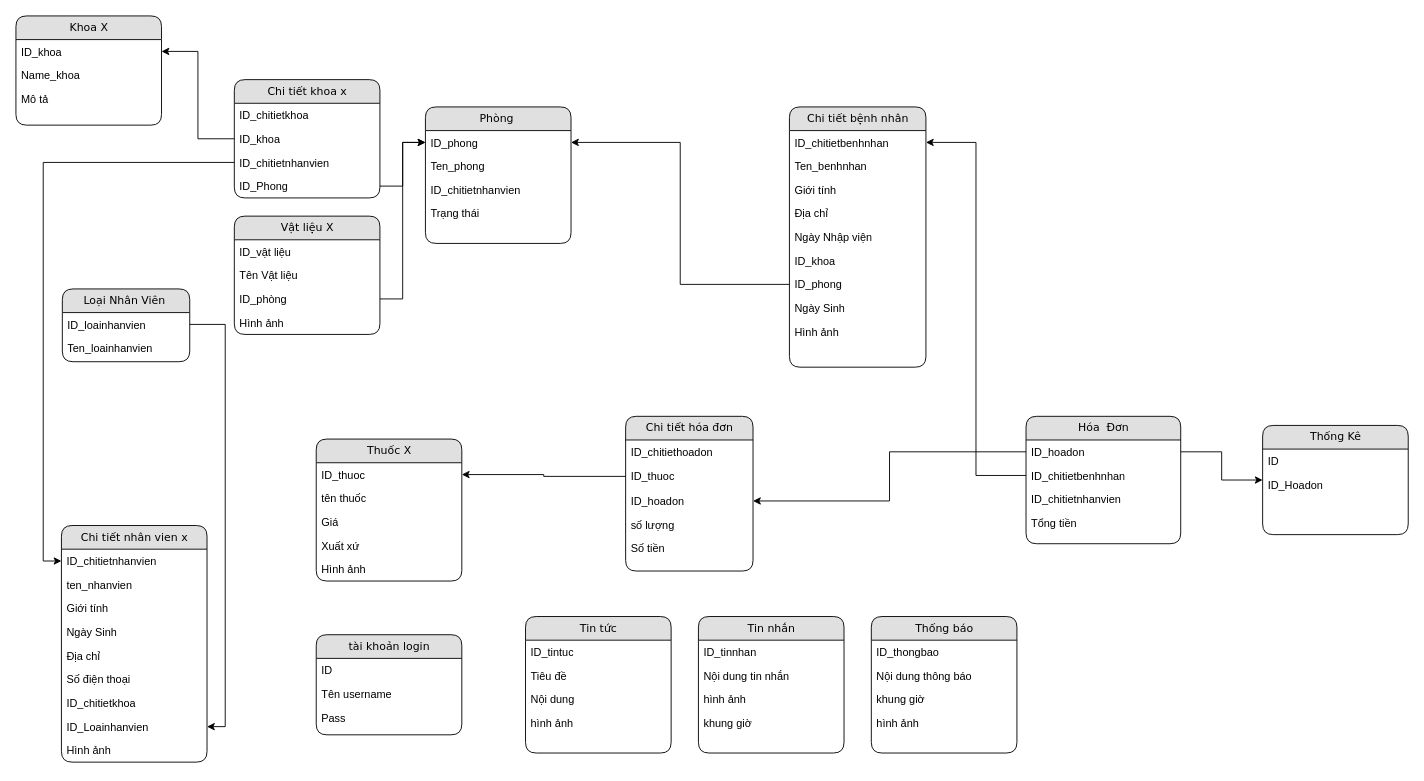
The draw.io diagram Untitled Diagram.drawio in lethanhdat12/hospitalManager, before the edit. Source tidied: cells renumbered, new cells numbered last; positions are measured from the earlier drawing's top-left corner, leaving out a move shared by most shapes. Both pictures are drawn from the tidied source at 91%, with x=0, y=0 at pixel (15, 15).
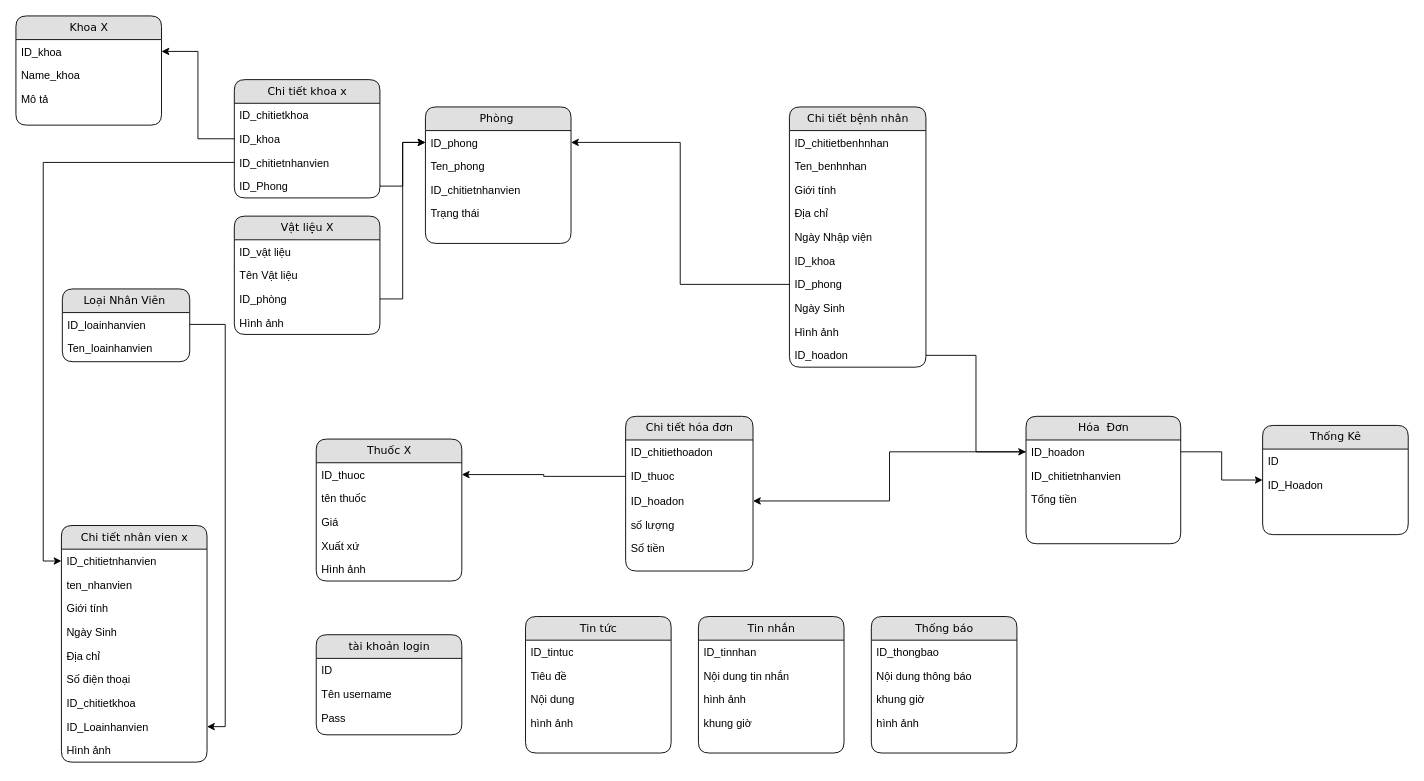
After the change.

The change refers to these unchanged cells:
```xml
<mxCell id="47" value="Hóa&amp;nbsp; Đơn" style="swimlane;html=1;fontStyle=0;horizontal=1;startSize=26;fillColor=#e0e0e0;swimlaneFillColor=#ffffff;align=center;rounded=1;shadow=0;comic=0;labelBackgroundColor=none;strokeWidth=1;fontFamily=Verdana;fontSize=12;" parent="1" vertex="1">
  <mxGeometry x="1110" y="440" width="170" height="140" as="geometry" />
</mxCell>
<mxCell id="48" value="ID_hoadon" style="text;html=1;strokeColor=none;fillColor=none;spacingLeft=4;spacingRight=4;whiteSpace=wrap;overflow=hidden;points=[[0,0.5],[1,0.5]];portConstraint=eastwest;" parent="47" vertex="1">
  <mxGeometry y="26" width="170" height="26" as="geometry" />
</mxCell>
<mxCell id="62" value="Chi tiết bệnh nhân" style="swimlane;html=1;fontStyle=0;horizontal=1;startSize=26;fillColor=#e0e0e0;swimlaneFillColor=#ffffff;align=center;rounded=1;shadow=0;comic=0;labelBackgroundColor=none;strokeWidth=1;fontFamily=Verdana;fontSize=12;" parent="1" vertex="1">
  <mxGeometry x="850" y="100" width="150" height="286" as="geometry" />
</mxCell>
<mxCell id="63" value="ID_chitietbenhnhan" style="text;html=1;strokeColor=none;fillColor=none;spacingLeft=4;spacingRight=4;whiteSpace=wrap;overflow=hidden;points=[[0,0.5],[1,0.5]];portConstraint=eastwest;" parent="62" vertex="1">
  <mxGeometry y="26" width="150" height="26" as="geometry" />
</mxCell>
```

What changed in the source:
```diff
@@
-    <mxCell id="46" style="edgeStyle=orthogonalEdgeStyle;rounded=0;jettySize=auto;html=1;exitX=0;exitY=0.5;exitDx=0;exitDy=0;entryX=1;entryY=0.5;entryDx=0;entryDy=0;" parent="1" edge="1" source="49" target="63">
-      <mxGeometry relative="1" as="geometry" />
-    </mxCell>
@@
-    <mxCell id="49" value="ID_chitietbenhnhan" style="text;html=1;strokeColor=none;fillColor=none;spacingLeft=4;spacingRight=4;whiteSpace=wrap;overflow=hidden;points=[[0,0.5],[1,0.5]];portConstraint=eastwest;" parent="47" vertex="1">
-      <mxGeometry y="52" width="170" height="26" as="geometry" />
-    </mxCell>
     <mxCell id="50" value="ID_chitietnhanvien" style="text;html=1;strokeColor=none;fillColor=none;spacingLeft=4;spacingRight=4;whiteSpace=wrap;overflow=hidden;" parent="47" vertex="1">
-      <mxGeometry y="78" width="170" height="26" as="geometry" />
+      <mxGeometry y="52" width="170" height="26" as="geometry" />
     </mxCell>
     <mxCell id="51" value="&lt;div&gt;Tổng tiền&lt;/div&gt;&lt;div&gt;&lt;br&gt;&lt;/div&gt;" style="text;html=1;strokeColor=none;fillColor=none;spacingLeft=4;spacingRight=4;whiteSpace=wrap;overflow=hidden;" parent="47" vertex="1">
-      <mxGeometry y="104" width="170" height="26" as="geometry" />
+      <mxGeometry y="78" width="170" height="26" as="geometry" />
     </mxCell>
@@
+    <mxCell id="49" value="ID_hoadon" style="text;html=1;strokeColor=none;fillColor=none;spacingLeft=4;spacingRight=4;whiteSpace=wrap;overflow=hidden;points=[[0,0.5],[1,0.5]];portConstraint=eastwest;" parent="62" vertex="1">
+      <mxGeometry y="260" width="150" height="26" as="geometry" />
+    </mxCell>
@@
+    <mxCell id="93" style="edgeStyle=orthogonalEdgeStyle;rounded=0;jettySize=auto;html=1;exitX=1;exitY=0.5;exitDx=0;exitDy=0;entryX=0;entryY=0.5;entryDx=0;entryDy=0;" parent="1" edge="1" source="49" target="48">
+      <mxGeometry relative="1" as="geometry" />
+    </mxCell>
```
